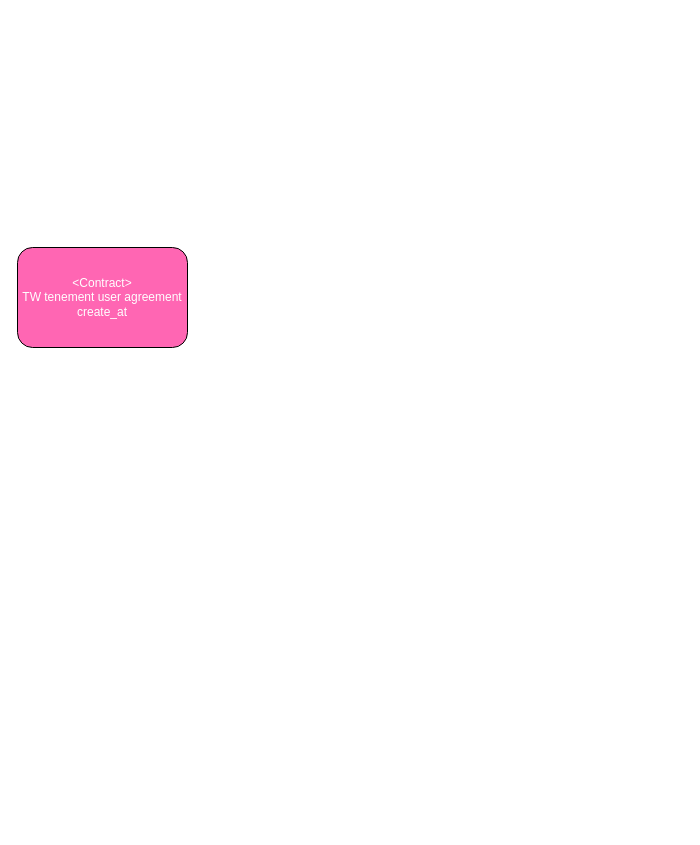
This is Untitled Diagram.drawio from yeland/8xflow-drawio-lib, a draw.io file, before an edit. Source tidied: cells renumbered, new cells numbered last; positions are measured from the earlier drawing's top-left corner, leaving out a move shared by most shapes. Both pictures are drawn from the tidied source at 100%, with x=0, y=0 at pixel (17, 247).
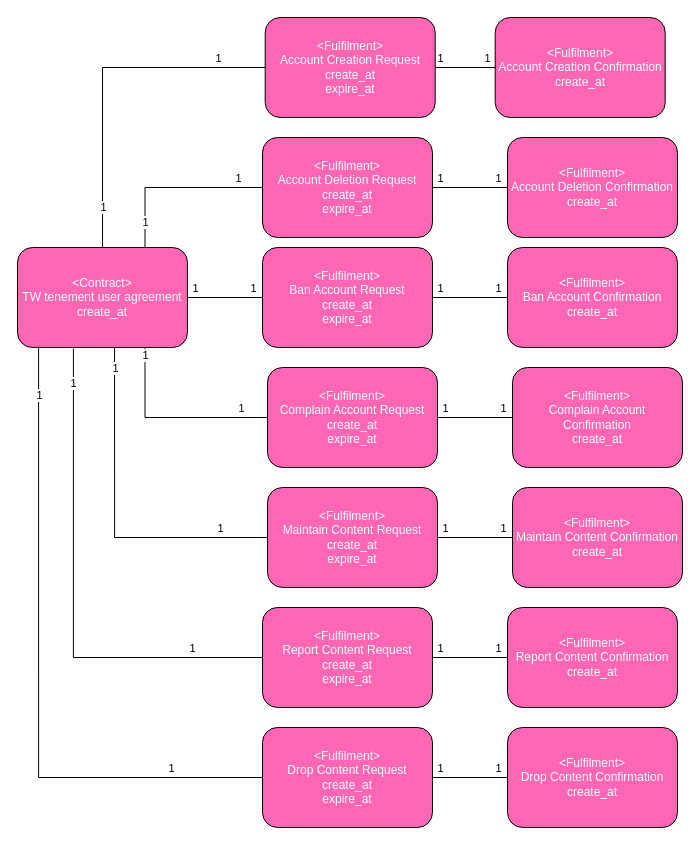
The same page after the edit.

Commit message:
Add contact and fulfillment

The change refers to these unchanged cells:
```xml
<object id="2" label="&lt;font color=&quot;#ffffff&quot;&gt;&amp;lt;%type%&amp;gt;&lt;br&gt;%name%&lt;br&gt;%createAt%&lt;br&gt;&lt;/font&gt;" createAt="create_at" name="TW tenement user agreement" placeholders="1" type="Contract">
  <mxCell style="rounded=1;whiteSpace=wrap;html=1;fillColor=#FF66B3;noLabel=0;comic=0;" parent="1" vertex="1">
    <mxGeometry width="170" height="100" as="geometry" />
  </mxCell>
</object>
```

What changed in the source:
```diff
@@
+    <object id="3" label="&lt;font color=&quot;#ffffff&quot;&gt;&amp;lt;%type%&amp;gt;&lt;br&gt;%name%&lt;br&gt;%createAt%&lt;br&gt;%expireAt%&lt;br&gt;&lt;/font&gt;" createAt="create_at" expireAt="expire_at" name="Account Creation Request" placeholders="1" type="Fulfilment">
+      <mxCell style="rounded=1;whiteSpace=wrap;html=1;fillColor=#FF66B3;noLabel=0;comic=0;" parent="1" vertex="1">
+        <mxGeometry x="247.7" y="-230" width="170" height="100" as="geometry" />
+      </mxCell>
+    </object>
+    <object id="4" label="&lt;font color=&quot;#ffffff&quot;&gt;&amp;lt;%type%&amp;gt;&lt;br&gt;%name%&lt;br&gt;%createAt%&lt;br&gt;&lt;/font&gt;" createAt="create_at" name="Account Creation Confirmation" placeholders="1" type="Fulfilment">
+      <mxCell style="rounded=1;whiteSpace=wrap;html=1;fillColor=#FF66B3;noLabel=0;comic=0;" parent="1" vertex="1">
+        <mxGeometry x="477.7" y="-230" width="170" height="100" as="geometry" />
+      </mxCell>
+    </object>
+    <mxCell id="5" style="edgeStyle=orthogonalEdgeStyle;rounded=0;jettySize=auto;html=1;exitX=0.5;exitY=0;exitDx=0;exitDy=0;entryX=0;entryY=0.5;entryDx=0;entryDy=0;endArrow=none;endFill=0;" parent="1" edge="1" source="2" target="3">
+      <mxGeometry relative="1" as="geometry" />
+    </mxCell>
+    <mxCell id="6" value="1" style="edgeLabel;html=1;align=center;verticalAlign=middle;" parent="5" vertex="1">
+      <mxGeometry x="-0.82" relative="1" as="geometry">
+        <mxPoint y="-10" as="offset" />
+      </mxGeometry>
+    </mxCell>
+    <mxCell id="7" value="1" style="edgeLabel;html=1;align=center;verticalAlign=middle;" parent="5" vertex="1">
+      <mxGeometry x="0.72" y="-1" relative="1" as="geometry">
+        <mxPoint y="-11" as="offset" />
+      </mxGeometry>
+    </mxCell>
+    <mxCell id="8" style="edgeStyle=orthogonalEdgeStyle;rounded=0;jettySize=auto;html=1;exitX=1;exitY=0.5;exitDx=0;exitDy=0;endArrow=none;endFill=0;entryX=0;entryY=0.5;entryDx=0;entryDy=0;" parent="1" edge="1" source="3" target="4">
+      <mxGeometry relative="1" as="geometry" />
+    </mxCell>
+    <mxCell id="9" value="1" style="edgeLabel;html=1;align=center;verticalAlign=middle;" parent="8" vertex="1">
+      <mxGeometry x="-0.82" relative="1" as="geometry">
+        <mxPoint y="-10" as="offset" />
+      </mxGeometry>
+    </mxCell>
+    <mxCell id="10" value="1" style="edgeLabel;html=1;align=center;verticalAlign=middle;" parent="8" vertex="1">
+      <mxGeometry x="0.72" y="-1" relative="1" as="geometry">
+        <mxPoint y="-11" as="offset" />
+      </mxGeometry>
+    </mxCell>
+    <object id="11" label="&lt;font color=&quot;#ffffff&quot;&gt;&amp;lt;%type%&amp;gt;&lt;br&gt;%name%&lt;br&gt;%createAt%&lt;br&gt;%expireAt%&lt;br&gt;&lt;/font&gt;" createAt="create_at" expireAt="expire_at" name="Account Deletion Request" placeholders="1" type="Fulfilment">
+      <mxCell style="rounded=1;whiteSpace=wrap;html=1;fillColor=#FF66B3;noLabel=0;comic=0;" parent="1" vertex="1">
+        <mxGeometry x="245" y="-110" width="170" height="100" as="geometry" />
+      </mxCell>
+    </object>
+    <object id="12" label="&lt;font color=&quot;#ffffff&quot;&gt;&amp;lt;%type%&amp;gt;&lt;br&gt;%name%&lt;br&gt;%createAt%&lt;br&gt;&lt;/font&gt;" createAt="create_at" name="Account Deletion Confirmation" placeholders="1" type="Fulfilment">
+      <mxCell style="rounded=1;whiteSpace=wrap;html=1;fillColor=#FF66B3;noLabel=0;comic=0;" parent="1" vertex="1">
+        <mxGeometry x="490" y="-110" width="170" height="100" as="geometry" />
+      </mxCell>
+    </object>
+    <mxCell id="13" style="edgeStyle=orthogonalEdgeStyle;rounded=0;jettySize=auto;html=1;exitX=1;exitY=0.5;exitDx=0;exitDy=0;endArrow=none;endFill=0;entryX=0;entryY=0.5;entryDx=0;entryDy=0;" parent="1" edge="1" source="11" target="12">
+      <mxGeometry relative="1" as="geometry" />
+    </mxCell>
+    <mxCell id="14" value="1" style="edgeLabel;html=1;align=center;verticalAlign=middle;" parent="13" vertex="1">
+      <mxGeometry x="-0.82" relative="1" as="geometry">
+        <mxPoint y="-10" as="offset" />
+      </mxGeometry>
+    </mxCell>
+    <mxCell id="15" value="1" style="edgeLabel;html=1;align=center;verticalAlign=middle;" parent="13" vertex="1">
+      <mxGeometry x="0.72" y="-1" relative="1" as="geometry">
+        <mxPoint y="-11" as="offset" />
+      </mxGeometry>
+    </mxCell>
+    <mxCell id="16" style="edgeStyle=orthogonalEdgeStyle;rounded=0;jettySize=auto;html=1;exitX=0.75;exitY=0;exitDx=0;exitDy=0;entryX=0;entryY=0.5;entryDx=0;entryDy=0;endArrow=none;endFill=0;" parent="1" edge="1" source="2" target="11">
+      <mxGeometry relative="1" as="geometry" />
+    </mxCell>
+    <mxCell id="17" value="1" style="edgeLabel;html=1;align=center;verticalAlign=middle;" parent="16" vertex="1">
+      <mxGeometry x="-0.82" relative="1" as="geometry">
+        <mxPoint y="-10" as="offset" />
+      </mxGeometry>
+    </mxCell>
+    <mxCell id="18" value="1" style="edgeLabel;html=1;align=center;verticalAlign=middle;" parent="16" vertex="1">
+      <mxGeometry x="0.72" y="-1" relative="1" as="geometry">
+        <mxPoint y="-11" as="offset" />
+      </mxGeometry>
+    </mxCell>
+    <object id="19" label="&lt;font color=&quot;#ffffff&quot;&gt;&amp;lt;%type%&amp;gt;&lt;br&gt;%name%&lt;br&gt;%createAt%&lt;br&gt;%expireAt%&lt;br&gt;&lt;/font&gt;" createAt="create_at" expireAt="expire_at" name="Ban Account Request" placeholders="1" type="Fulfilment">
+      <mxCell style="rounded=1;whiteSpace=wrap;html=1;fillColor=#FF66B3;noLabel=0;comic=0;" parent="1" vertex="1">
+        <mxGeometry x="245" width="170" height="100" as="geometry" />
+      </mxCell>
+    </object>
+    <object id="20" label="&lt;font color=&quot;#ffffff&quot;&gt;&amp;lt;%type%&amp;gt;&lt;br&gt;%name%&lt;br&gt;%createAt%&lt;br&gt;&lt;/font&gt;" createAt="create_at" name="Ban Account Confirmation" placeholders="1" type="Fulfilment">
+      <mxCell style="rounded=1;whiteSpace=wrap;html=1;fillColor=#FF66B3;noLabel=0;comic=0;" parent="1" vertex="1">
+        <mxGeometry x="490" width="170" height="100" as="geometry" />
+      </mxCell>
+    </object>
+    <mxCell id="21" style="edgeStyle=orthogonalEdgeStyle;rounded=0;jettySize=auto;html=1;exitX=1;exitY=0.5;exitDx=0;exitDy=0;endArrow=none;endFill=0;entryX=0;entryY=0.5;entryDx=0;entryDy=0;" parent="1" edge="1" source="19" target="20">
+      <mxGeometry relative="1" as="geometry" />
+    </mxCell>
+    <mxCell id="22" value="1" style="edgeLabel;html=1;align=center;verticalAlign=middle;" parent="21" vertex="1">
+      <mxGeometry x="-0.82" relative="1" as="geometry">
+        <mxPoint y="-10" as="offset" />
+      </mxGeometry>
+    </mxCell>
+    <mxCell id="23" value="1" style="edgeLabel;html=1;align=center;verticalAlign=middle;" parent="21" vertex="1">
+      <mxGeometry x="0.72" y="-1" relative="1" as="geometry">
+        <mxPoint y="-11" as="offset" />
+      </mxGeometry>
+    </mxCell>
+    <mxCell id="24" style="edgeStyle=orthogonalEdgeStyle;rounded=0;jettySize=auto;html=1;exitX=1;exitY=0.5;exitDx=0;exitDy=0;entryX=0;entryY=0.5;entryDx=0;entryDy=0;endArrow=none;endFill=0;" parent="1" edge="1" source="2" target="19">
+      <mxGeometry relative="1" as="geometry" />
+    </mxCell>
+    <mxCell id="25" value="1" style="edgeLabel;html=1;align=center;verticalAlign=middle;" parent="24" vertex="1">
+      <mxGeometry x="-0.82" relative="1" as="geometry">
+        <mxPoint y="-10" as="offset" />
+      </mxGeometry>
+    </mxCell>
+    <mxCell id="26" value="1" style="edgeLabel;html=1;align=center;verticalAlign=middle;" parent="24" vertex="1">
+      <mxGeometry x="0.72" y="-1" relative="1" as="geometry">
+        <mxPoint y="-11" as="offset" />
+      </mxGeometry>
+    </mxCell>
+    <object id="27" label="&lt;font color=&quot;#ffffff&quot;&gt;&amp;lt;%type%&amp;gt;&lt;br&gt;%name%&lt;br&gt;%createAt%&lt;br&gt;%expireAt%&lt;br&gt;&lt;/font&gt;" createAt="create_at" expireAt="expire_at" name="Complain Account Request" placeholders="1" type="Fulfilment">
+      <mxCell style="rounded=1;whiteSpace=wrap;html=1;fillColor=#FF66B3;noLabel=0;comic=0;" parent="1" vertex="1">
+        <mxGeometry x="250" y="120" width="170" height="100" as="geometry" />
+      </mxCell>
+    </object>
+    <object id="28" label="&lt;font color=&quot;#ffffff&quot;&gt;&amp;lt;%type%&amp;gt;&lt;br&gt;%name%&lt;br&gt;%createAt%&lt;br&gt;&lt;/font&gt;" createAt="create_at" name="Complain Account Confirmation" placeholders="1" type="Fulfilment">
+      <mxCell style="rounded=1;whiteSpace=wrap;html=1;fillColor=#FF66B3;noLabel=0;comic=0;" parent="1" vertex="1">
+        <mxGeometry x="495" y="120" width="170" height="100" as="geometry" />
+      </mxCell>
+    </object>
+    <mxCell id="29" style="edgeStyle=orthogonalEdgeStyle;rounded=0;jettySize=auto;html=1;exitX=1;exitY=0.5;exitDx=0;exitDy=0;endArrow=none;endFill=0;entryX=0;entryY=0.5;entryDx=0;entryDy=0;" parent="1" edge="1" source="27" target="28">
+      <mxGeometry relative="1" as="geometry" />
+    </mxCell>
+    <mxCell id="30" value="1" style="edgeLabel;html=1;align=center;verticalAlign=middle;" parent="29" vertex="1">
+      <mxGeometry x="-0.82" relative="1" as="geometry">
+        <mxPoint y="-10" as="offset" />
+      </mxGeometry>
+    </mxCell>
+    <mxCell id="31" value="1" style="edgeLabel;html=1;align=center;verticalAlign=middle;" parent="29" vertex="1">
+      <mxGeometry x="0.72" y="-1" relative="1" as="geometry">
+        <mxPoint y="-11" as="offset" />
+      </mxGeometry>
+    </mxCell>
+    <object id="32" label="&lt;font color=&quot;#ffffff&quot;&gt;&amp;lt;%type%&amp;gt;&lt;br&gt;%name%&lt;br&gt;%createAt%&lt;br&gt;%expireAt%&lt;br&gt;&lt;/font&gt;" createAt="create_at" expireAt="expire_at" name="Report Content Request" placeholders="1" type="Fulfilment">
+      <mxCell style="rounded=1;whiteSpace=wrap;html=1;fillColor=#FF66B3;noLabel=0;comic=0;" parent="1" vertex="1">
+        <mxGeometry x="245" y="360" width="170" height="100" as="geometry" />
+      </mxCell>
+    </object>
+    <object id="33" label="&lt;font color=&quot;#ffffff&quot;&gt;&amp;lt;%type%&amp;gt;&lt;br&gt;%name%&lt;br&gt;%createAt%&lt;br&gt;&lt;/font&gt;" createAt="create_at" name="Report Content Confirmation" placeholders="1" type="Fulfilment">
+      <mxCell style="rounded=1;whiteSpace=wrap;html=1;fillColor=#FF66B3;noLabel=0;comic=0;" parent="1" vertex="1">
+        <mxGeometry x="490" y="360" width="170" height="100" as="geometry" />
+      </mxCell>
+    </object>
+    <mxCell id="34" style="edgeStyle=orthogonalEdgeStyle;rounded=0;jettySize=auto;html=1;exitX=1;exitY=0.5;exitDx=0;exitDy=0;endArrow=none;endFill=0;entryX=0;entryY=0.5;entryDx=0;entryDy=0;" parent="1" edge="1" source="32" target="33">
+      <mxGeometry relative="1" as="geometry" />
+    </mxCell>
+    <mxCell id="35" value="1" style="edgeLabel;html=1;align=center;verticalAlign=middle;" parent="34" vertex="1">
+      <mxGeometry x="-0.82" relative="1" as="geometry">
+        <mxPoint y="-10" as="offset" />
+      </mxGeometry>
+    </mxCell>
+    <mxCell id="36" value="1" style="edgeLabel;html=1;align=center;verticalAlign=middle;" parent="34" vertex="1">
+      <mxGeometry x="0.72" y="-1" relative="1" as="geometry">
+        <mxPoint y="-11" as="offset" />
+      </mxGeometry>
+    </mxCell>
+    <mxCell id="37" style="edgeStyle=orthogonalEdgeStyle;rounded=0;jettySize=auto;html=1;exitX=0.75;exitY=1;exitDx=0;exitDy=0;entryX=0;entryY=0.5;entryDx=0;entryDy=0;endArrow=none;endFill=0;" parent="1" edge="1" source="2" target="27">
+      <mxGeometry relative="1" as="geometry" />
+    </mxCell>
+    <mxCell id="38" value="1" style="edgeLabel;html=1;align=center;verticalAlign=middle;" parent="37" vertex="1">
+      <mxGeometry x="-0.82" relative="1" as="geometry">
+        <mxPoint y="-10" as="offset" />
+      </mxGeometry>
+    </mxCell>
+    <mxCell id="39" value="1" style="edgeLabel;html=1;align=center;verticalAlign=middle;" parent="37" vertex="1">
+      <mxGeometry x="0.72" y="-1" relative="1" as="geometry">
+        <mxPoint y="-11" as="offset" />
+      </mxGeometry>
+    </mxCell>
+    <mxCell id="40" style="edgeStyle=orthogonalEdgeStyle;rounded=0;jettySize=auto;html=1;exitX=0.329;exitY=1.01;exitDx=0;exitDy=0;entryX=0;entryY=0.5;entryDx=0;entryDy=0;endArrow=none;endFill=0;exitPerimeter=0;" parent="1" edge="1" source="2" target="32">
+      <mxGeometry relative="1" as="geometry" />
+    </mxCell>
+    <mxCell id="41" value="1" style="edgeLabel;html=1;align=center;verticalAlign=middle;" parent="40" vertex="1">
+      <mxGeometry x="-0.82" relative="1" as="geometry">
+        <mxPoint y="-10" as="offset" />
+      </mxGeometry>
+    </mxCell>
+    <mxCell id="42" value="1" style="edgeLabel;html=1;align=center;verticalAlign=middle;" parent="40" vertex="1">
+      <mxGeometry x="0.72" y="-1" relative="1" as="geometry">
+        <mxPoint y="-11" as="offset" />
+      </mxGeometry>
+    </mxCell>
+    <object id="43" label="&lt;font color=&quot;#ffffff&quot;&gt;&amp;lt;%type%&amp;gt;&lt;br&gt;%name%&lt;br&gt;%createAt%&lt;br&gt;%expireAt%&lt;br&gt;&lt;/font&gt;" createAt="create_at" expireAt="expire_at" name="Maintain Content Request" placeholders="1" type="Fulfilment">
+      <mxCell style="rounded=1;whiteSpace=wrap;html=1;fillColor=#FF66B3;noLabel=0;comic=0;" parent="1" vertex="1">
+        <mxGeometry x="250" y="240" width="170" height="100" as="geometry" />
+      </mxCell>
+    </object>
+    <object id="44" label="&lt;font color=&quot;#ffffff&quot;&gt;&amp;lt;%type%&amp;gt;&lt;br&gt;%name%&lt;br&gt;%createAt%&lt;br&gt;&lt;/font&gt;" createAt="create_at" name="Maintain Content Confirmation" placeholders="1" type="Fulfilment">
+      <mxCell style="rounded=1;whiteSpace=wrap;html=1;fillColor=#FF66B3;noLabel=0;comic=0;" parent="1" vertex="1">
+        <mxGeometry x="495" y="240" width="170" height="100" as="geometry" />
+      </mxCell>
+    </object>
+    <mxCell id="45" style="edgeStyle=orthogonalEdgeStyle;rounded=0;jettySize=auto;html=1;exitX=1;exitY=0.5;exitDx=0;exitDy=0;endArrow=none;endFill=0;entryX=0;entryY=0.5;entryDx=0;entryDy=0;" parent="1" edge="1" source="43" target="44">
+      <mxGeometry relative="1" as="geometry" />
+    </mxCell>
+    <mxCell id="46" value="1" style="edgeLabel;html=1;align=center;verticalAlign=middle;" parent="45" vertex="1">
+      <mxGeometry x="-0.82" relative="1" as="geometry">
+        <mxPoint y="-10" as="offset" />
+      </mxGeometry>
+    </mxCell>
+    <mxCell id="47" value="1" style="edgeLabel;html=1;align=center;verticalAlign=middle;" parent="45" vertex="1">
+      <mxGeometry x="0.72" y="-1" relative="1" as="geometry">
+        <mxPoint y="-11" as="offset" />
+      </mxGeometry>
+    </mxCell>
+    <mxCell id="48" style="edgeStyle=orthogonalEdgeStyle;rounded=0;jettySize=auto;html=1;exitX=0.571;exitY=1;exitDx=0;exitDy=0;endArrow=none;endFill=0;entryX=0;entryY=0.5;entryDx=0;entryDy=0;exitPerimeter=0;" parent="1" edge="1" source="2" target="43">
+      <mxGeometry relative="1" as="geometry" />
+    </mxCell>
+    <mxCell id="49" value="1" style="edgeLabel;html=1;align=center;verticalAlign=middle;" parent="48" vertex="1">
+      <mxGeometry x="-0.82" relative="1" as="geometry">
+        <mxPoint y="-10" as="offset" />
+      </mxGeometry>
+    </mxCell>
+    <mxCell id="50" value="1" style="edgeLabel;html=1;align=center;verticalAlign=middle;" parent="48" vertex="1">
+      <mxGeometry x="0.72" y="-1" relative="1" as="geometry">
+        <mxPoint y="-11" as="offset" />
+      </mxGeometry>
+    </mxCell>
+    <object id="51" label="&lt;font color=&quot;#ffffff&quot;&gt;&amp;lt;%type%&amp;gt;&lt;br&gt;%name%&lt;br&gt;%createAt%&lt;br&gt;%expireAt%&lt;br&gt;&lt;/font&gt;" createAt="create_at" expireAt="expire_at" name="Drop Content Request" placeholders="1" type="Fulfilment">
+      <mxCell style="rounded=1;whiteSpace=wrap;html=1;fillColor=#FF66B3;noLabel=0;comic=0;" parent="1" vertex="1">
+        <mxGeometry x="245" y="480" width="170" height="100" as="geometry" />
+      </mxCell>
+    </object>
+    <object id="52" label="&lt;font color=&quot;#ffffff&quot;&gt;&amp;lt;%type%&amp;gt;&lt;br&gt;%name%&lt;br&gt;%createAt%&lt;br&gt;&lt;/font&gt;" createAt="create_at" name="Drop Content Confirmation" placeholders="1" type="Fulfilment">
+      <mxCell style="rounded=1;whiteSpace=wrap;html=1;fillColor=#FF66B3;noLabel=0;comic=0;" parent="1" vertex="1">
+        <mxGeometry x="490" y="480" width="170" height="100" as="geometry" />
+      </mxCell>
+    </object>
+    <mxCell id="53" style="edgeStyle=orthogonalEdgeStyle;rounded=0;jettySize=auto;html=1;exitX=1;exitY=0.5;exitDx=0;exitDy=0;endArrow=none;endFill=0;entryX=0;entryY=0.5;entryDx=0;entryDy=0;" parent="1" edge="1" source="51" target="52">
+      <mxGeometry relative="1" as="geometry" />
+    </mxCell>
+    <mxCell id="54" value="1" style="edgeLabel;html=1;align=center;verticalAlign=middle;" parent="53" vertex="1">
+      <mxGeometry x="-0.82" relative="1" as="geometry">
+        <mxPoint y="-10" as="offset" />
+      </mxGeometry>
+    </mxCell>
+    <mxCell id="55" value="1" style="edgeLabel;html=1;align=center;verticalAlign=middle;" parent="53" vertex="1">
+      <mxGeometry x="0.72" y="-1" relative="1" as="geometry">
+        <mxPoint y="-11" as="offset" />
+      </mxGeometry>
+    </mxCell>
+    <mxCell id="56" style="edgeStyle=orthogonalEdgeStyle;rounded=0;jettySize=auto;html=1;exitX=0.124;exitY=0.99;exitDx=0;exitDy=0;entryX=0;entryY=0.5;entryDx=0;entryDy=0;endArrow=none;endFill=0;exitPerimeter=0;" parent="1" edge="1" source="2" target="51">
+      <mxGeometry relative="1" as="geometry" />
+    </mxCell>
+    <mxCell id="57" value="1" style="edgeLabel;html=1;align=center;verticalAlign=middle;" parent="56" vertex="1">
+      <mxGeometry x="-0.82" relative="1" as="geometry">
+        <mxPoint y="-10" as="offset" />
+      </mxGeometry>
+    </mxCell>
+    <mxCell id="58" value="1" style="edgeLabel;html=1;align=center;verticalAlign=middle;" parent="56" vertex="1">
+      <mxGeometry x="0.72" y="-1" relative="1" as="geometry">
+        <mxPoint y="-11" as="offset" />
+      </mxGeometry>
+    </mxCell>
```
